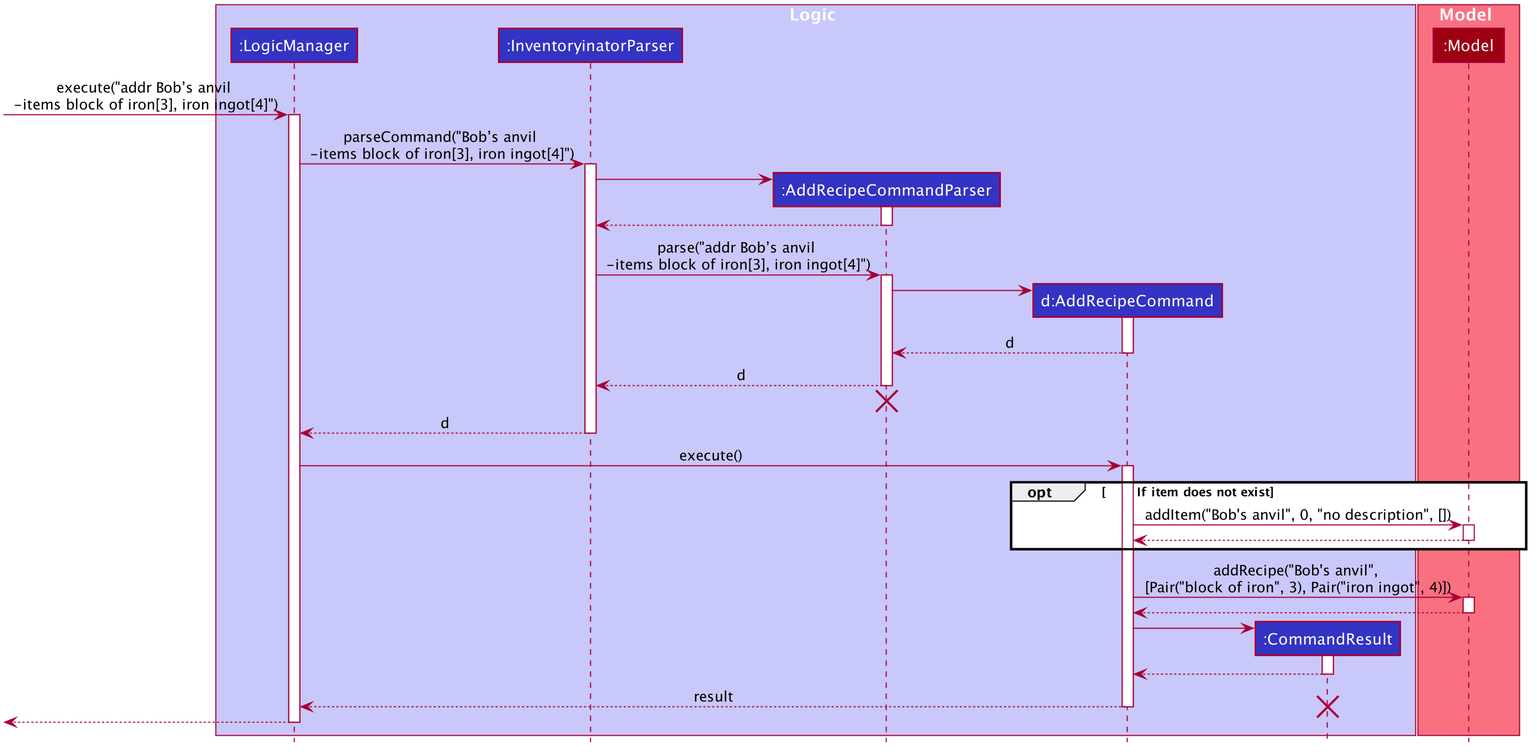
The PlantUML diagram docs/images/commandseqdiagrams/DeleteItemSequenceDiagram.png in nus-cs2103-AY2021S1/tp, before a commit.
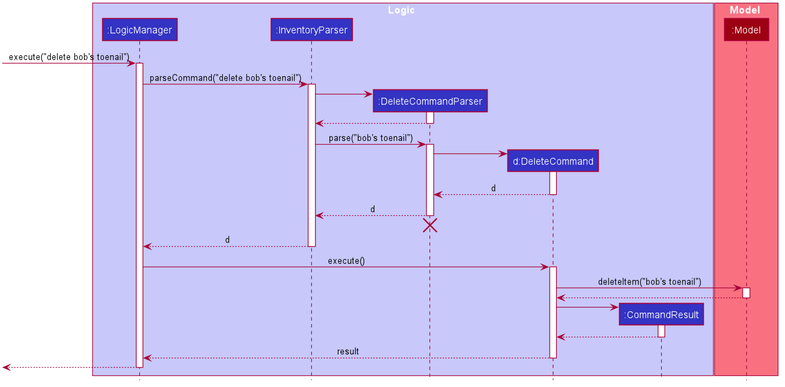
Later version of the same file.

Change to the diagram source:
```diff
@@ -50,9 +50,9 @@
 
 box Logic #C8C8FA
 participant ":LogicManager" as LogicManager #3333C4
-participant ":InventoryinatorParser" as InventoryinatorParser #3333C4
-participant ":AddRecipeCommandParser" as AddRecipeCommandParser #3333C4
-participant "d:AddRecipeCommand" as AddRecipeCommand #3333C4
+participant ":InventoryParser" as InventoryParser #3333C4
+participant ":DeleteCommandParser" as DeleteCommandParser #3333C4
+participant "d:DeleteCommand" as DeleteCommand #3333C4
 participant ":CommandResult" as CommandResult #3333C4
 end box
 
@@ -60,61 +60,56 @@
 participant ":Model" as Model #9D0012
 end box
 
-[-> LogicManager : execute("addr Bob’s anvil \n-items block of iron[3], iron ingot[4]")
+[-> LogicManager : execute("delete bob's toenail")
 activate LogicManager
 
-LogicManager -> InventoryinatorParser : parseCommand("Bob’s anvil \n-items block of iron[3], iron ingot[4]")
-activate InventoryinatorParser
+LogicManager -> InventoryParser : parseCommand("delete bob's toenail")
+activate InventoryParser
 
-create AddRecipeCommandParser
-InventoryinatorParser -> AddRecipeCommandParser
-activate AddRecipeCommandParser
+create DeleteCommandParser
+InventoryParser -> DeleteCommandParser
+activate DeleteCommandParser
 
-AddRecipeCommandParser --> InventoryinatorParser
-deactivate AddRecipeCommandParser
+DeleteCommandParser --> InventoryParser
+deactivate DeleteCommandParser
 
-InventoryinatorParser -> AddRecipeCommandParser : parse("addr Bob’s anvil \n-items block of iron[3], iron ingot[4]")
-activate AddRecipeCommandParser
+InventoryParser -> DeleteCommandParser : parse("bob's toenail")
+activate DeleteCommandParser
 
-create AddRecipeCommand
-AddRecipeCommandParser -> AddRecipeCommand
-activate AddRecipeCommand
+create DeleteCommand
+DeleteCommandParser -> DeleteCommand
+activate DeleteCommand
 
-AddRecipeCommand --> AddRecipeCommandParser : d
-deactivate AddRecipeCommand
+DeleteCommand --> DeleteCommandParser : d
+deactivate DeleteCommand
 
-AddRecipeCommandParser --> InventoryinatorParser : d
-deactivate AddRecipeCommandParser
-AddRecipeCommandParser -[hidden]-> InventoryinatorParser
-destroy AddRecipeCommandParser
+DeleteCommandParser --> InventoryParser : d
+deactivate DeleteCommandParser
+DeleteCommandParser -[hidden]-> InventoryParser
+destroy DeleteCommandParser
 
-InventoryinatorParser --> LogicManager : d
-deactivate InventoryinatorParser
+InventoryParser --> LogicManager : d
+deactivate InventoryParser
 
-LogicManager -> AddRecipeCommand : execute()
-activate AddRecipeCommand
-opt \tIf item does not exist
-AddRecipeCommand -> Model : addItem("Bob's anvil", 0, "no description", [])
-activate Model
-Model --> AddRecipeCommand
-deactivate Model
-end
-AddRecipeCommand -> Model : addRecipe("Bob's anvil", \n[Pair("block of iron", 3), Pair("iron ingot", 4)])
+LogicManager -> DeleteCommand : execute()
+activate DeleteCommand
+
+DeleteCommand -> Model : deleteItem("bob's toenail")
 activate Model
 
-Model --> AddRecipeCommand
+Model --> DeleteCommand
 deactivate Model
 
 create CommandResult
-AddRecipeCommand -> CommandResult
+DeleteCommand -> CommandResult
 activate CommandResult
 
-CommandResult --> AddRecipeCommand
+CommandResult --> DeleteCommand
 deactivate CommandResult
 
-AddRecipeCommand --> LogicManager : result
-deactivate AddRecipeCommand
-destroy CommandResult
+DeleteCommand --> LogicManager : result
+deactivate DeleteCommand
+
 [<--LogicManager
 deactivate LogicManager
 @enduml
```
